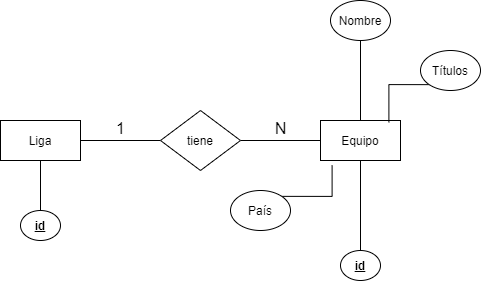
Earlier version of the draw.io export Diagrama_Equipo.png (Alejandro49/REST_Project). Source tidied: cells renumbered, new cells last; positions are measured from the earlier drawing's top-left corner, leaving out a move shared by most shapes.
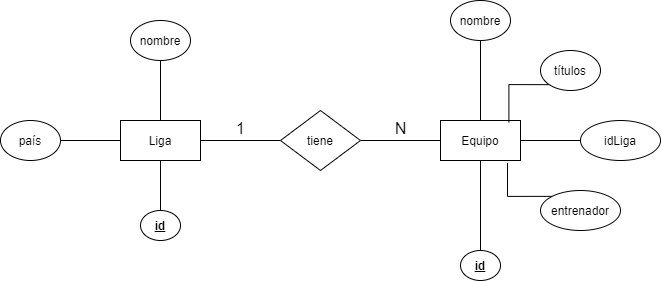
Above is the later version.

Commit message:
otro cambio más en el diagrama

What changed in the source:
```diff
@@ -20,7 +20,7 @@
     <mxCell id="7" style="edgeStyle=orthogonalEdgeStyle;rounded=0;jettySize=auto;html=1;endArrow=none;endFill=0;" parent="1" edge="1" source="8" target="5">
       <mxGeometry relative="1" as="geometry" />
     </mxCell>
-    <mxCell id="8" value="Nombre" style="ellipse;whiteSpace=wrap;html=1;" parent="1" vertex="1">
+    <mxCell id="8" value="nombre" style="ellipse;whiteSpace=wrap;html=1;" parent="1" vertex="1">
       <mxGeometry x="330" width="60" height="40" as="geometry" />
     </mxCell>
     <mxCell id="9" style="edgeStyle=orthogonalEdgeStyle;rounded=0;jettySize=auto;html=1;endArrow=none;endFill=0;" parent="1" edge="1" source="10" target="5">
@@ -32,20 +32,38 @@
     <mxCell id="11" style="edgeStyle=orthogonalEdgeStyle;rounded=0;jettySize=auto;html=1;exitX=0;exitY=1;exitDx=0;exitDy=0;entryX=0.855;entryY=0.045;entryDx=0;entryDy=0;entryPerimeter=0;endArrow=none;endFill=0;" parent="1" edge="1" source="12" target="5">
       <mxGeometry relative="1" as="geometry" />
     </mxCell>
-    <mxCell id="12" value="Títulos" style="ellipse;whiteSpace=wrap;html=1;" parent="1" vertex="1">
+    <mxCell id="12" value="títulos" style="ellipse;whiteSpace=wrap;html=1;" parent="1" vertex="1">
       <mxGeometry x="420" y="50" width="60" height="40" as="geometry" />
     </mxCell>
-    <mxCell id="13" style="edgeStyle=orthogonalEdgeStyle;rounded=0;jettySize=auto;html=1;exitX=1;exitY=0;exitDx=0;exitDy=0;entryX=0.145;entryY=1.125;entryDx=0;entryDy=0;entryPerimeter=0;endArrow=none;endFill=0;" parent="1" edge="1" source="14" target="5">
-      <mxGeometry relative="1" as="geometry" />
-    </mxCell>
-    <mxCell id="14" value="País" style="ellipse;whiteSpace=wrap;html=1;" parent="1" vertex="1">
-      <mxGeometry x="230" y="190" width="60" height="40" as="geometry" />
-    </mxCell>
     <mxCell id="15" style="edgeStyle=orthogonalEdgeStyle;rounded=0;jettySize=auto;html=1;endArrow=none;endFill=0;" parent="1" edge="1" source="16" target="3">
       <mxGeometry relative="1" as="geometry" />
     </mxCell>
     <mxCell id="16" value="&lt;u&gt;&lt;b&gt;id&lt;/b&gt;&lt;/u&gt;" style="ellipse;whiteSpace=wrap;html=1;" parent="1" vertex="1">
       <mxGeometry x="20" y="210" width="40" height="30" as="geometry" />
     </mxCell>
+    <mxCell id="17" style="edgeStyle=orthogonalEdgeStyle;rounded=0;jettySize=auto;html=1;exitX=0;exitY=0;exitDx=0;exitDy=0;entryX=0.838;entryY=1.063;entryDx=0;entryDy=0;entryPerimeter=0;endArrow=none;endFill=0;" parent="1" edge="1" source="18" target="5">
+      <mxGeometry relative="1" as="geometry" />
+    </mxCell>
+    <mxCell id="18" value="entrenador" style="ellipse;whiteSpace=wrap;html=1;" parent="1" vertex="1">
+      <mxGeometry x="420" y="190" width="80" height="40" as="geometry" />
+    </mxCell>
+    <mxCell id="19" style="edgeStyle=orthogonalEdgeStyle;rounded=0;jettySize=auto;html=1;endArrow=none;endFill=0;" parent="1" edge="1" source="20" target="5">
+      <mxGeometry relative="1" as="geometry" />
+    </mxCell>
+    <mxCell id="20" value="idLiga" style="ellipse;whiteSpace=wrap;html=1;" parent="1" vertex="1">
+      <mxGeometry x="460" y="120" width="80" height="40" as="geometry" />
+    </mxCell>
+    <mxCell id="21" style="edgeStyle=orthogonalEdgeStyle;rounded=0;jettySize=auto;html=1;endArrow=none;endFill=0;" parent="1" edge="1" source="22" target="3">
+      <mxGeometry relative="1" as="geometry" />
+    </mxCell>
+    <mxCell id="22" value="nombre" style="ellipse;whiteSpace=wrap;html=1;" parent="1" vertex="1">
+      <mxGeometry x="10" y="20" width="60" height="40" as="geometry" />
+    </mxCell>
+    <mxCell id="23" style="edgeStyle=orthogonalEdgeStyle;rounded=0;jettySize=auto;html=1;endArrow=none;endFill=0;" parent="1" edge="1" source="24" target="3">
+      <mxGeometry relative="1" as="geometry" />
+    </mxCell>
+    <mxCell id="24" value="país" style="ellipse;whiteSpace=wrap;html=1;" parent="1" vertex="1">
+      <mxGeometry x="-120" y="120" width="60" height="40" as="geometry" />
+    </mxCell>
   </root>
 </mxGraphModel>
```
